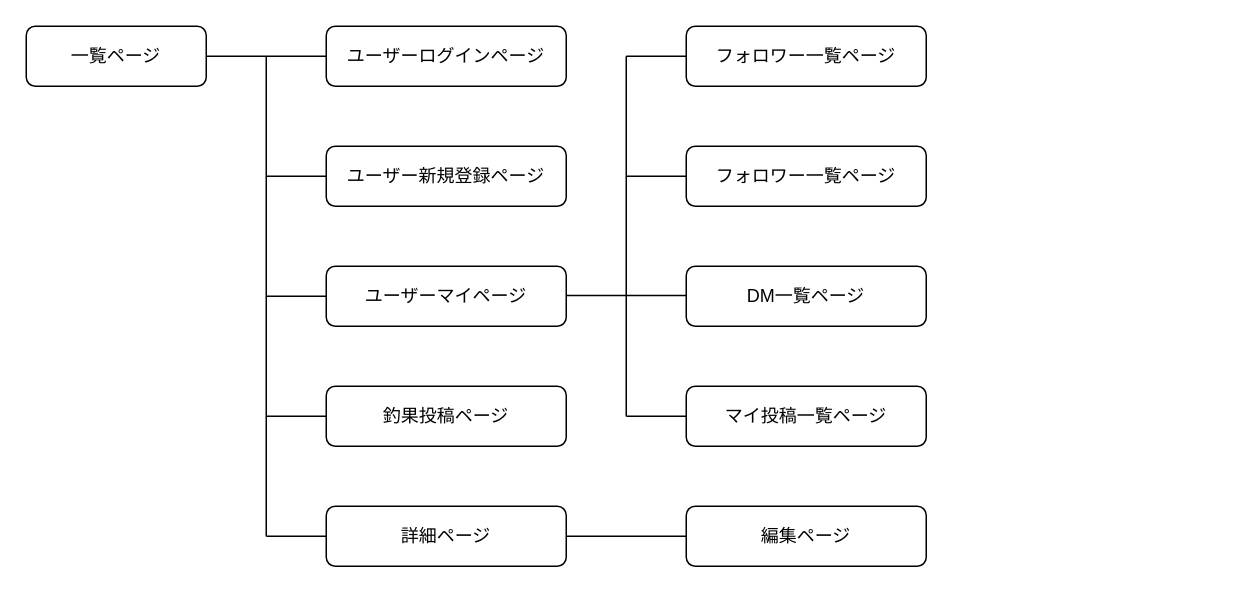
This is STD.dio from kamisho712/fishinginfo, a draw.io file, before an edit. Source tidied: cells renumbered, new cells numbered last; positions are measured from the earlier drawing's top-left corner, leaving out a move shared by most shapes. Both pictures are drawn from the tidied source at 150%, with x=0, y=0 at pixel (26, 26).
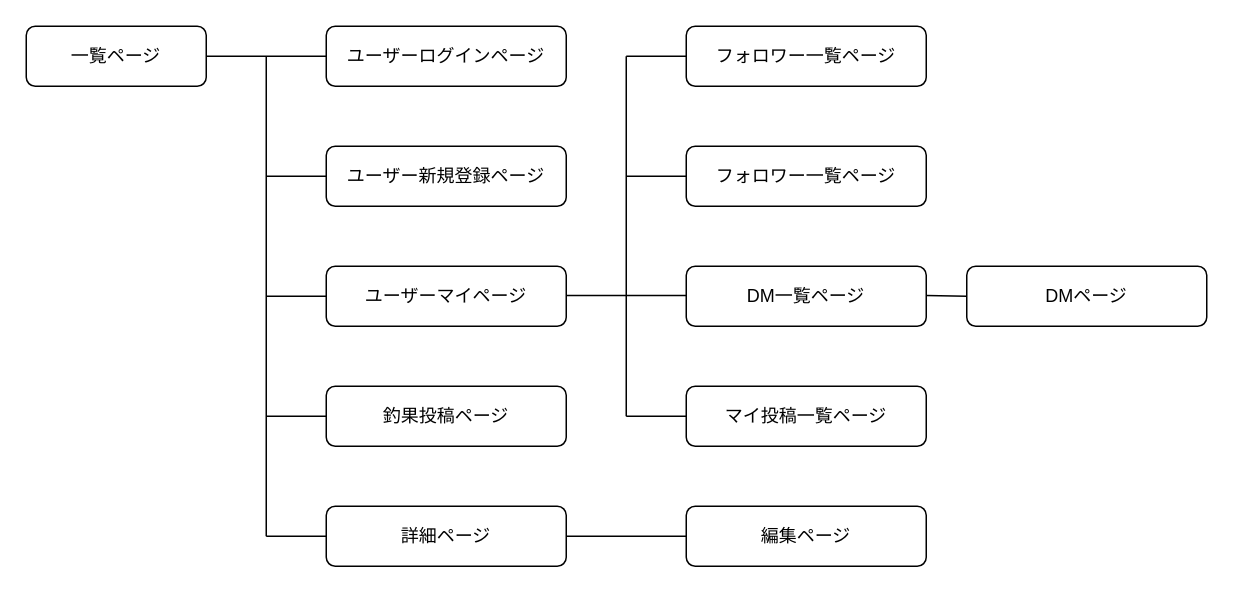
After the change.

Commit message:
画面遷移図修正001

Diff of the diagram source:
```diff
@@
+    <mxCell id="25" value="DMページ" style="rounded=1;whiteSpace=wrap;html=1;" parent="1" vertex="1">
+      <mxGeometry x="627" y="160" width="160" height="40" as="geometry" />
+    </mxCell>
+    <mxCell id="26" style="edgeStyle=none;html=1;endArrow=none;endFill=0;exitX=0;exitY=0.5;exitDx=0;exitDy=0;" parent="1" edge="1" source="25">
+      <mxGeometry relative="1" as="geometry">
+        <mxPoint x="600" y="179.5" as="targetPoint" />
+      </mxGeometry>
+    </mxCell>
```
